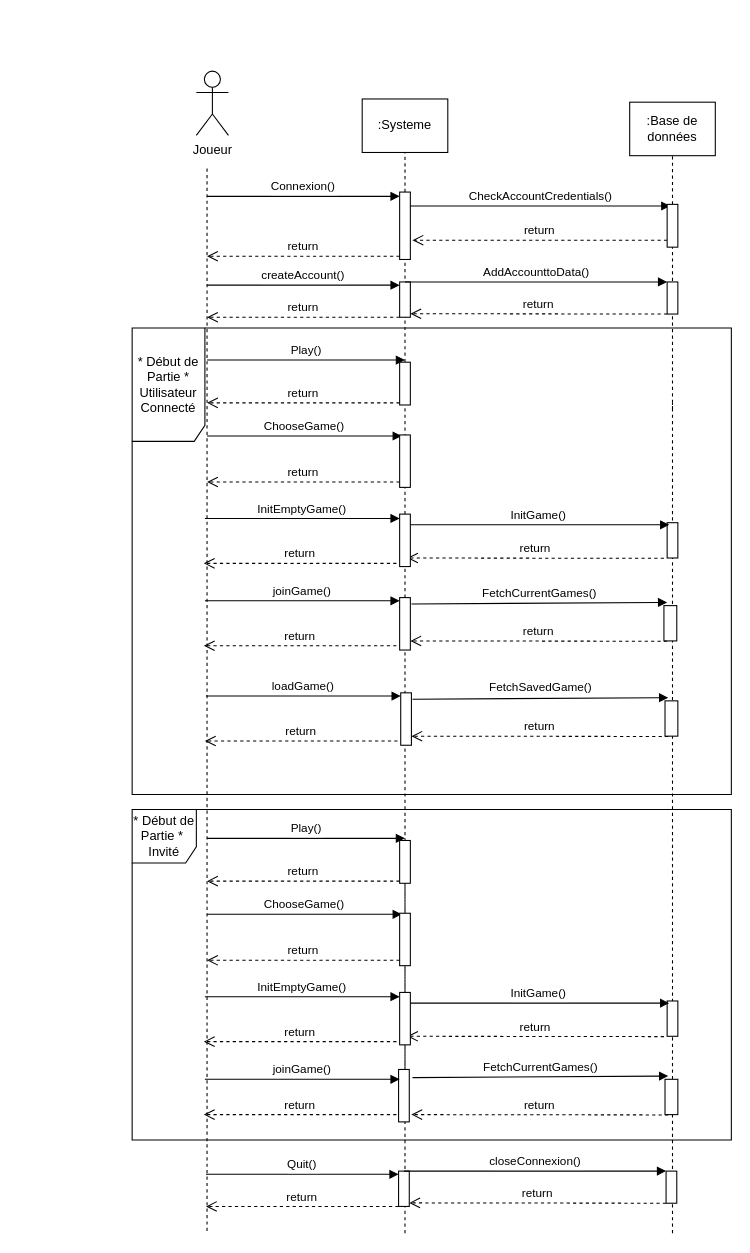
Earlier version of the draw.io diagram Diagrams/Sequence Diagram Main Interactions.drawio (MailineN/ProjetInfo2A). Source tidied: cells renumbered, new cells numbered last; positions are measured from the earlier drawing's top-left corner, leaving out a move shared by most shapes. Both pictures are drawn from the tidied source at 107%, with x=0, y=0 at pixel (132, 71).
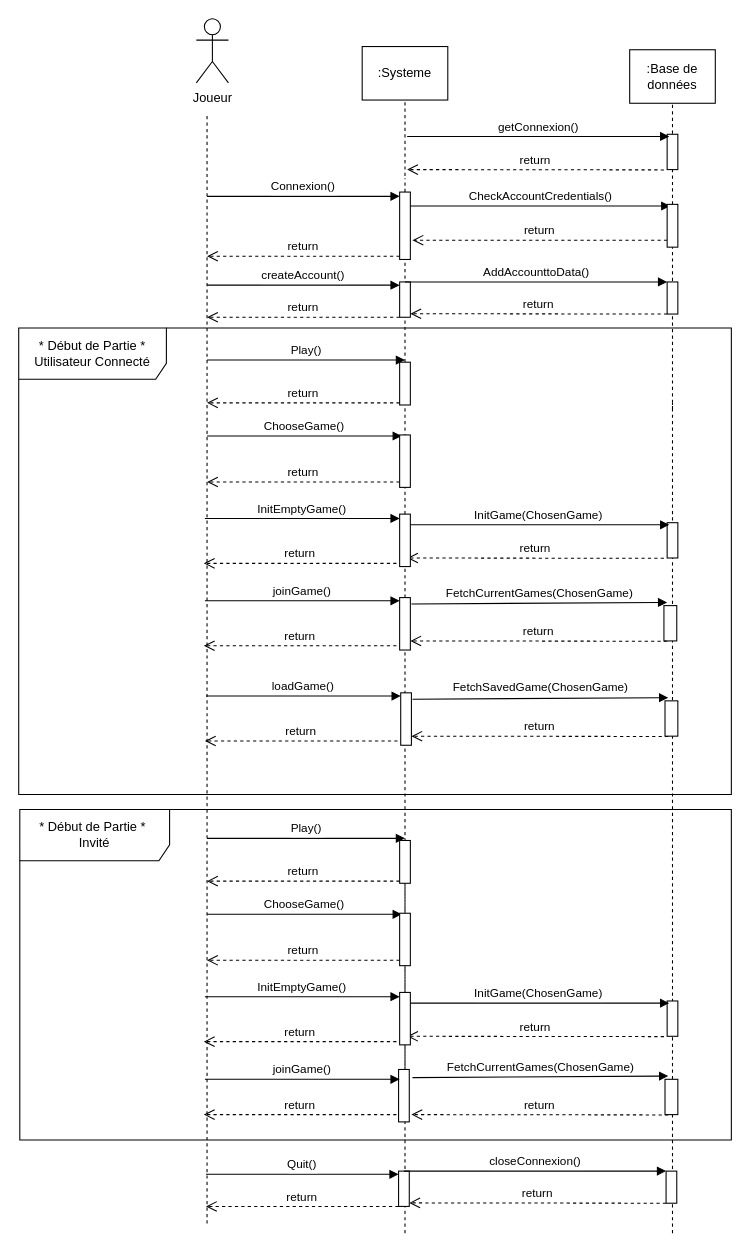
The same page after the edit.

The change refers to these unchanged cells:
```xml
<mxCell id="9" style="points=[];perimeter=orthogonalPerimeter;rounded=0;shadow=0;strokeWidth=1;" parent="1" vertex="1">
  <mxGeometry x="250" y="113" width="10" height="63" as="geometry" />
</mxCell>
<mxCell id="23" style="points=[];perimeter=orthogonalPerimeter;rounded=0;shadow=0;strokeWidth=1;" parent="1" vertex="1">
  <mxGeometry x="500" y="124.5" width="10" height="40" as="geometry" />
</mxCell>
<mxCell id="40" style="points=[];perimeter=orthogonalPerimeter;rounded=0;shadow=0;strokeWidth=1;" parent="1" vertex="1">
  <mxGeometry x="250" y="492" width="10" height="49" as="geometry" />
</mxCell>
<mxCell id="46" style="points=[];perimeter=orthogonalPerimeter;rounded=0;shadow=0;strokeWidth=1;" parent="1" vertex="1">
  <mxGeometry x="251" y="581" width="10" height="49" as="geometry" />
</mxCell>
```

Diff of the diagram source:
```diff
@@
-    <mxCell id="2" value="* Début de Partie *&amp;nbsp;&lt;br&gt;Invité" style="shape=umlFrame;whiteSpace=wrap;html=1;fillColor=none;width=60;height=50;" parent="1" vertex="1">
-      <mxGeometry y="690" width="560" height="309" as="geometry" />
+    <mxCell id="2" value="* Début de Partie *&amp;nbsp;&lt;br&gt;Invité" style="shape=umlFrame;whiteSpace=wrap;html=1;fillColor=none;width=140;height=48;" parent="1" vertex="1">
+      <mxGeometry x="-105" y="690" width="665" height="309" as="geometry" />
     </mxCell>
-    <mxCell id="3" value="* Début de Partie * Utilisateur Connecté" style="shape=umlFrame;whiteSpace=wrap;html=1;fillColor=none;width=68;height=106;" parent="1" vertex="1">
-      <mxGeometry y="240" width="560" height="436" as="geometry" />
+    <mxCell id="3" value="* Début de Partie * Utilisateur Connecté" style="shape=umlFrame;whiteSpace=wrap;html=1;fillColor=none;width=138;height=48;" parent="1" vertex="1">
+      <mxGeometry x="-106" y="240" width="666" height="436" as="geometry" />
     </mxCell>
     <mxCell id="4" value="Joueur" style="shape=umlActor;verticalLabelPosition=bottom;verticalAlign=top;html=1;" parent="1" vertex="1">
-      <mxGeometry x="60" width="30" height="60" as="geometry" />
+      <mxGeometry x="60" y="-49" width="30" height="60" as="geometry" />
     </mxCell>
@@
     <mxCell id="7" style="endArrow=none;dashed=1;html=1;" parent="1" edge="1">
       <mxGeometry relative="1" as="geometry">
-        <mxPoint x="70" y="1084" as="sourcePoint" />
-        <mxPoint x="70" y="90" as="targetPoint" />
+        <mxPoint x="70" y="1077" as="sourcePoint" />
+        <mxPoint x="70" y="41" as="targetPoint" />
       </mxGeometry>
     </mxCell>
-    <mxCell id="8" style="endArrow=none;dashed=1;html=1;" parent="1" edge="1" source="9">
+    <mxCell id="8" style="endArrow=none;dashed=1;html=1;" parent="1" edge="1">
       <mxGeometry relative="1" as="geometry">
-        <mxPoint x="255" y="70" as="targetPoint" />
+        <mxPoint x="255" y="98" as="sourcePoint" />
+        <mxPoint x="255" y="21" as="targetPoint" />
       </mxGeometry>
     </mxCell>
@@
     <mxCell id="11" value=":Base de données" style="rounded=0;whiteSpace=wrap;html=1;" parent="1" vertex="1">
-      <mxGeometry x="465" y="29" width="80" height="50" as="geometry" />
+      <mxGeometry x="465" y="-20" width="80" height="50" as="geometry" />
     </mxCell>
     <mxCell id="12" style="endArrow=none;dashed=1;html=1;" parent="1" edge="1" source="23">
       <mxGeometry relative="1" as="geometry">
-        <mxPoint x="505" y="78" as="targetPoint" />
+        <mxPoint x="505" y="29" as="targetPoint" />
       </mxGeometry>
     </mxCell>
@@
     <mxCell id="14" value=":Systeme" style="rounded=0;whiteSpace=wrap;html=1;" parent="1" vertex="1">
-      <mxGeometry x="215" y="26" width="80" height="50" as="geometry" />
+      <mxGeometry x="215" y="-23" width="80" height="50" as="geometry" />
     </mxCell>
@@
-    <mxCell id="34" value="InitGame()" style="verticalAlign=bottom;endArrow=block;entryX=0;entryY=0;shadow=0;strokeWidth=1;" parent="1" edge="1">
+    <mxCell id="34" value="InitGame(ChosenGame)" style="verticalAlign=bottom;endArrow=block;entryX=0;entryY=0;shadow=0;strokeWidth=1;" parent="1" edge="1">
       <mxGeometry relative="1" as="geometry">
         <mxPoint x="257" y="424" as="sourcePoint" />
         <mxPoint x="502" y="424" as="targetPoint" />
       </mxGeometry>
     </mxCell>
@@
-    <mxCell id="44" value="FetchCurrentGames()" style="verticalAlign=bottom;endArrow=block;shadow=0;strokeWidth=1;exitX=1.1;exitY=0.122;exitDx=0;exitDy=0;exitPerimeter=0;" parent="1" edge="1" source="40">
+    <mxCell id="44" value="FetchCurrentGames(ChosenGame)" style="verticalAlign=bottom;endArrow=block;shadow=0;strokeWidth=1;exitX=1.1;exitY=0.122;exitDx=0;exitDy=0;exitPerimeter=0;" parent="1" edge="1" source="40">
       <mxGeometry relative="1" as="geometry">
         <mxPoint x="500" y="496.5" as="targetPoint" />
       </mxGeometry>
     </mxCell>
@@
-    <mxCell id="50" value="FetchSavedGame()" style="verticalAlign=bottom;endArrow=block;shadow=0;strokeWidth=1;exitX=1.1;exitY=0.122;exitDx=0;exitDy=0;exitPerimeter=0;" parent="1" edge="1" source="46">
+    <mxCell id="50" value="FetchSavedGame(ChosenGame)" style="verticalAlign=bottom;endArrow=block;shadow=0;strokeWidth=1;exitX=1.1;exitY=0.122;exitDx=0;exitDy=0;exitPerimeter=0;" parent="1" edge="1" source="46">
       <mxGeometry y="1" relative="1" as="geometry">
         <mxPoint x="501" y="585.5" as="targetPoint" />
       </mxGeometry>
     </mxCell>
@@
-    <mxCell id="60" value="InitGame()" style="verticalAlign=bottom;endArrow=block;entryX=0;entryY=0;shadow=0;strokeWidth=1;" parent="1" edge="1">
+    <mxCell id="60" value="InitGame(ChosenGame)" style="verticalAlign=bottom;endArrow=block;entryX=0;entryY=0;shadow=0;strokeWidth=1;" parent="1" edge="1">
       <mxGeometry relative="1" as="geometry">
         <mxPoint x="257" y="871" as="sourcePoint" />
         <mxPoint x="502" y="871" as="targetPoint" />
       </mxGeometry>
     </mxCell>
@@
-    <mxCell id="70" value="FetchCurrentGames()" style="verticalAlign=bottom;endArrow=block;shadow=0;strokeWidth=1;exitX=1.1;exitY=0.122;exitDx=0;exitDy=0;exitPerimeter=0;" parent="1" edge="1">
+    <mxCell id="70" value="FetchCurrentGames(ChosenGame)" style="verticalAlign=bottom;endArrow=block;shadow=0;strokeWidth=1;exitX=1.1;exitY=0.122;exitDx=0;exitDy=0;exitPerimeter=0;" parent="1" edge="1">
       <mxGeometry relative="1" as="geometry">
         <mxPoint x="262" y="940.6" as="sourcePoint" />
         <mxPoint x="501" y="939.2" as="targetPoint" />
       </mxGeometry>
     </mxCell>
@@
+    <mxCell id="78" style="perimeter=orthogonalPerimeter;rounded=0;shadow=0;strokeWidth=1;" parent="1" vertex="1">
+      <mxGeometry x="500" y="59" width="10" height="33" as="geometry" />
+    </mxCell>
+    <mxCell id="79" value="getConnexion()" style="verticalAlign=bottom;endArrow=block;entryX=0;entryY=0;shadow=0;strokeWidth=1;" parent="1" edge="1">
+      <mxGeometry relative="1" as="geometry">
+        <mxPoint x="257" y="61" as="sourcePoint" />
+        <mxPoint x="502" y="61" as="targetPoint" />
+      </mxGeometry>
+    </mxCell>
+    <mxCell id="80" value="return" style="verticalAlign=bottom;endArrow=open;dashed=1;endSize=8;exitX=0;exitY=0.95;shadow=0;strokeWidth=1;entryX=1;entryY=0.9;entryDx=0;entryDy=0;entryPerimeter=0;" parent="1" edge="1">
+      <mxGeometry relative="1" as="geometry">
+        <mxPoint x="497" y="92.3" as="sourcePoint" />
+        <mxPoint x="257" y="92" as="targetPoint" />
+      </mxGeometry>
+    </mxCell>
+    <mxCell id="81" style="endArrow=none;dashed=1;html=1;" parent="1" edge="1" source="9">
+      <mxGeometry relative="1" as="geometry">
+        <mxPoint x="255" y="100" as="targetPoint" />
+      </mxGeometry>
+    </mxCell>
```
